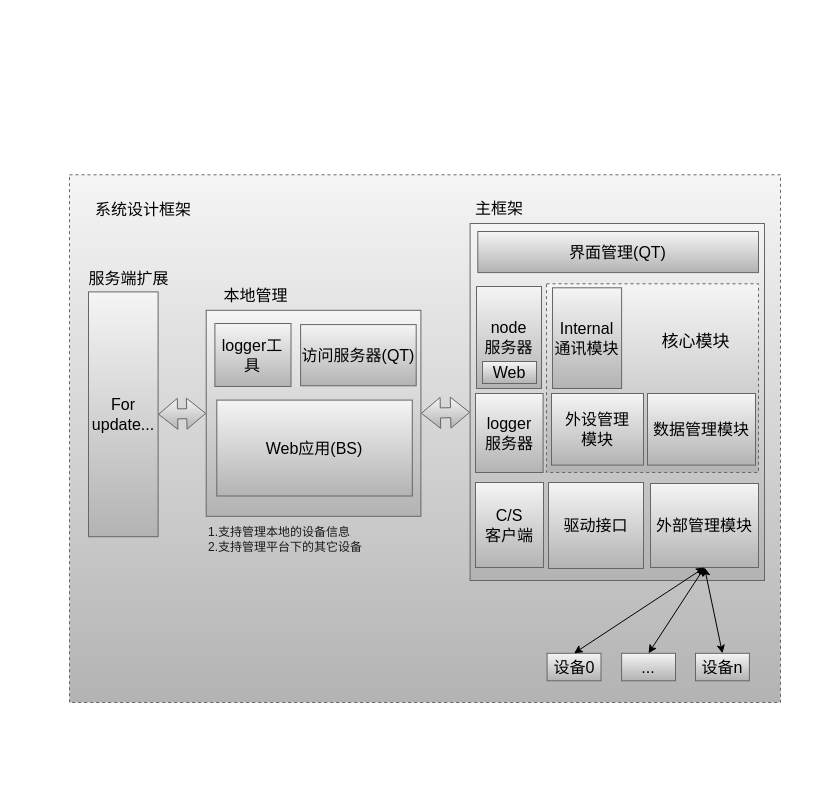
zc110747/remote_manage keeps this draw.io diagram as page "主框架" (1 of 3) of document/Firmware.drawio. Above is the earlier version. Source tidied: cells renumbered, new cells numbered last; positions are measured from the earlier drawing's top-left corner, leaving out a move shared by most shapes. Both pictures are drawn from the tidied source at 100%, with x=0, y=0 at pixel (17, 167).
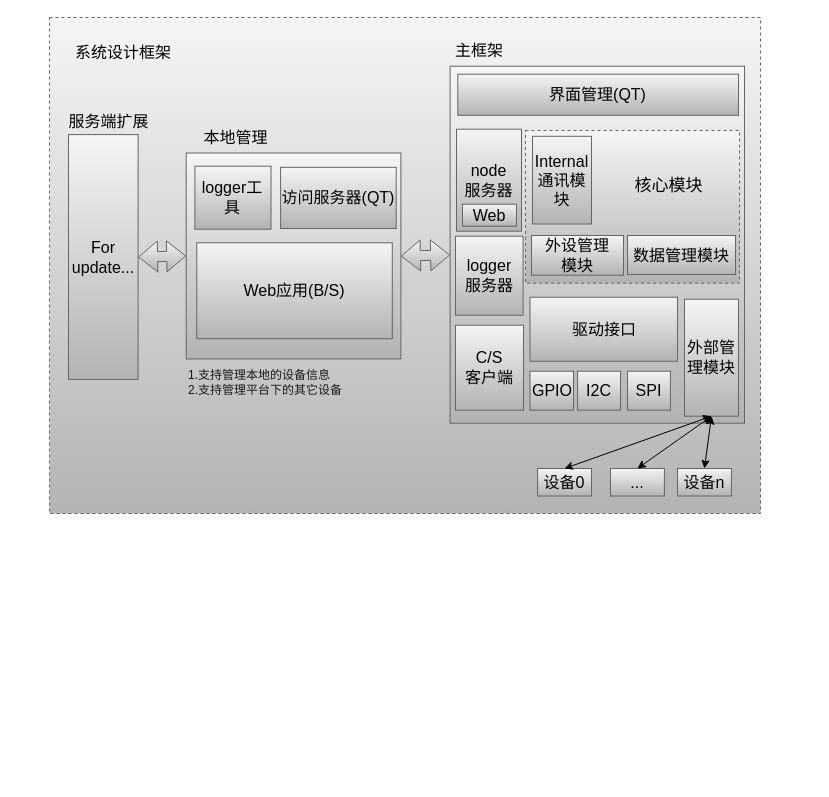
After the change.

The change refers to these unchanged cells:
```xml
<mxCell id="2" style="group;" parent="1" vertex="1">
  <mxGeometry width="795" height="612" as="geometry" />
</mxCell>
```

Change to the diagram source:
```diff
@@
-    <mxCell id="3" style="rounded=0;whiteSpace=wrap;html=1;fontSize=16;dashed=1;align=left;fillColor=#f5f5f5;strokeColor=#666666;gradientColor=#b3b3b3;" parent="2" vertex="1">
-      <mxGeometry x="52" y="7.3" width="711" height="527.7" as="geometry" />
-    </mxCell>
-    <mxCell id="4" style="rounded=0;whiteSpace=wrap;html=1;fontSize=16;fillColor=#f5f5f5;gradientColor=#b3b3b3;strokeColor=#666666;fontColor=#000000;" parent="2" vertex="1">
-      <mxGeometry x="452.6" y="56" width="294.4" height="357" as="geometry" />
-    </mxCell>
-    <mxCell id="5" value="&lt;br&gt;&lt;br&gt;" style="rounded=0;whiteSpace=wrap;html=1;fontSize=16;fillColor=#f5f5f5;gradientColor=#b3b3b3;strokeColor=#666666;fontColor=#000000;" parent="2" vertex="1">
-      <mxGeometry x="188.7" y="142.8" width="214.7" height="206" as="geometry" />
-    </mxCell>
+    <mxCell id="35" style="rounded=0;whiteSpace=wrap;html=1;fontSize=16;dashed=1;align=left;fillColor=#f5f5f5;strokeColor=#666666;gradientColor=#b3b3b3;" parent="1" vertex="1">
+      <mxGeometry x="32" y="-150" width="711" height="496" as="geometry" />
+    </mxCell>
+    <mxCell id="36" style="rounded=0;whiteSpace=wrap;html=1;fontSize=16;fillColor=#f5f5f5;gradientColor=#b3b3b3;strokeColor=#666666;fontColor=#000000;" parent="1" vertex="1">
+      <mxGeometry x="432.6" y="-101.3" width="294.4" height="357" as="geometry" />
+    </mxCell>
+    <mxCell id="37" value="&lt;br&gt;&lt;br&gt;" style="rounded=0;whiteSpace=wrap;html=1;fontSize=16;fillColor=#f5f5f5;gradientColor=#b3b3b3;strokeColor=#666666;fontColor=#000000;" parent="1" vertex="1">
+      <mxGeometry x="168.7" y="-14.5" width="214.7" height="206" as="geometry" />
+    </mxCell>
-    <mxCell id="6" value="访问服务器(QT)" style="rounded=0;whiteSpace=wrap;html=1;fontSize=16;fillColor=#f5f5f5;gradientColor=#b3b3b3;strokeColor=#666666;fontColor=#000000;" parent="2" vertex="1">
-      <mxGeometry x="283.1" y="157.1" width="115.6" height="61.2" as="geometry" />
+    <mxCell id="6" value="访问服务器(QT)" style="rounded=0;whiteSpace=wrap;html=1;fontSize=16;fillColor=#f5f5f5;gradientColor=#b3b3b3;strokeColor=#666666;fontColor=#000000;" parent="1" vertex="1">
+      <mxGeometry x="263.1" y="-0.2" width="115.6" height="61.2" as="geometry" />
     </mxCell>
-    <mxCell id="7" value="Web应用(BS)" style="rounded=0;whiteSpace=wrap;html=1;fontSize=16;fillColor=#f5f5f5;gradientColor=#b3b3b3;strokeColor=#666666;fontColor=#000000;" parent="2" vertex="1">
-      <mxGeometry x="199.3" y="232.6" width="195.5" height="95.9" as="geometry" />
-    </mxCell>
+    <mxCell id="38" value="Web应用(B/S)" style="rounded=0;whiteSpace=wrap;html=1;fontSize=16;fillColor=#f5f5f5;gradientColor=#b3b3b3;strokeColor=#666666;fontColor=#000000;" parent="1" vertex="1">
+      <mxGeometry x="179.3" y="75.3" width="195.5" height="95.9" as="geometry" />
+    </mxCell>
-    <mxCell id="8" value="本地管理" style="text;html=1;fillColor=none;align=center;verticalAlign=middle;whiteSpace=wrap;rounded=0;fontSize=16;fontColor=#000000;" parent="2" vertex="1">
-      <mxGeometry x="194.5" y="112.2" width="86.7" height="30.6" as="geometry" />
+    <mxCell id="8" value="本地管理" style="text;html=1;fillColor=none;align=center;verticalAlign=middle;whiteSpace=wrap;rounded=0;fontSize=16;fontColor=#000000;" parent="1" vertex="1">
+      <mxGeometry x="174.5" y="-45.1" width="86.7" height="30.6" as="geometry" />
     </mxCell>
-    <mxCell id="9" style="shape=flexArrow;endArrow=classic;startArrow=classic;html=1;exitX=1;exitY=0.5;exitDx=0;exitDy=0;fillColor=#f5f5f5;gradientColor=#b3b3b3;strokeColor=#666666;fontColor=#000000;" parent="2" edge="1" source="5">
-      <mxGeometry relative="1" as="geometry">
-        <mxPoint x="452.6" y="244.8" as="targetPoint" />
-      </mxGeometry>
-    </mxCell>
+    <mxCell id="39" style="shape=flexArrow;endArrow=classic;startArrow=classic;html=1;exitX=1;exitY=0.5;exitDx=0;exitDy=0;fillColor=#f5f5f5;gradientColor=#b3b3b3;strokeColor=#666666;fontColor=#000000;" parent="1" edge="1" source="37">
+      <mxGeometry relative="1" as="geometry">
+        <mxPoint x="432.6" y="87.5" as="targetPoint" />
+      </mxGeometry>
+    </mxCell>
-    <mxCell id="10" value="界面管理(QT)" style="rounded=0;whiteSpace=wrap;html=1;fontSize=16;fillColor=#f5f5f5;gradientColor=#b3b3b3;strokeColor=#666666;fontColor=#000000;" parent="2" vertex="1">
-      <mxGeometry x="460.3" y="64" width="280.7" height="41.1" as="geometry" />
+    <mxCell id="10" value="界面管理(QT)" style="rounded=0;whiteSpace=wrap;html=1;fontSize=16;fillColor=#f5f5f5;gradientColor=#b3b3b3;strokeColor=#666666;fontColor=#000000;" parent="1" vertex="1">
+      <mxGeometry x="440.3" y="-93.3" width="280.7" height="41.1" as="geometry" />
     </mxCell>
-    <mxCell id="11" value="驱动接口" style="rounded=0;whiteSpace=wrap;html=1;fontSize=16;fillColor=#f5f5f5;gradientColor=#b3b3b3;strokeColor=#666666;fontColor=#000000;" parent="2" vertex="1">
-      <mxGeometry x="531" y="315" width="95" height="86" as="geometry" />
+    <mxCell id="11" value="驱动接口" style="rounded=0;whiteSpace=wrap;html=1;fontSize=16;fillColor=#f5f5f5;gradientColor=#b3b3b3;strokeColor=#666666;fontColor=#000000;" parent="1" vertex="1">
+      <mxGeometry x="512.5" y="129.7" width="147.5" height="64" as="geometry" />
     </mxCell>
-    <mxCell id="12" value="外部管理模块" style="rounded=0;whiteSpace=wrap;html=1;fontSize=16;fillColor=#f5f5f5;gradientColor=#b3b3b3;strokeColor=#666666;fontColor=#000000;" parent="2" vertex="1">
-      <mxGeometry x="633" y="316" width="108" height="84" as="geometry" />
+    <mxCell id="12" value="外部管理模块" style="rounded=0;whiteSpace=wrap;html=1;fontSize=16;fillColor=#f5f5f5;gradientColor=#b3b3b3;strokeColor=#666666;fontColor=#000000;" parent="1" vertex="1">
+      <mxGeometry x="667" y="131.7" width="54" height="117" as="geometry" />
     </mxCell>
-    <mxCell id="13" value="主框架" style="text;html=1;fillColor=none;align=center;verticalAlign=middle;whiteSpace=wrap;rounded=0;fontSize=16;fontColor=#000000;" parent="2" vertex="1">
-      <mxGeometry x="452.6" y="25.4" width="57.8" height="30.6" as="geometry" />
+    <mxCell id="13" value="主框架" style="text;html=1;fillColor=none;align=center;verticalAlign=middle;whiteSpace=wrap;rounded=0;fontSize=16;fontColor=#000000;" parent="1" vertex="1">
+      <mxGeometry x="432.6" y="-131.9" width="57.8" height="30.6" as="geometry" />
     </mxCell>
-    <mxCell id="14" value="设备0" style="rounded=0;whiteSpace=wrap;html=1;fontSize=16;fillColor=#f5f5f5;gradientColor=#b3b3b3;strokeColor=#666666;fontColor=#000000;" parent="2" vertex="1">
-      <mxGeometry x="529.6" y="485.8" width="53.9" height="27.5" as="geometry" />
+    <mxCell id="14" value="设备0" style="rounded=0;whiteSpace=wrap;html=1;fontSize=16;fillColor=#f5f5f5;gradientColor=#b3b3b3;strokeColor=#666666;fontColor=#000000;" parent="1" vertex="1">
+      <mxGeometry x="520.1" y="301" width="53.9" height="27.5" as="geometry" />
     </mxCell>
-    <mxCell id="15" value="For update..." style="rounded=0;whiteSpace=wrap;html=1;fontSize=16;fillColor=#f5f5f5;gradientColor=#b3b3b3;strokeColor=#666666;fontColor=#000000;" parent="2" vertex="1">
-      <mxGeometry x="71" y="124.4" width="69.6" height="244.8" as="geometry" />
+    <mxCell id="15" value="For update..." style="rounded=0;whiteSpace=wrap;html=1;fontSize=16;fillColor=#f5f5f5;gradientColor=#b3b3b3;strokeColor=#666666;fontColor=#000000;" parent="1" vertex="1">
+      <mxGeometry x="51" y="-32.9" width="69.6" height="244.8" as="geometry" />
     </mxCell>
-    <mxCell id="16" value="服务端扩展" style="text;html=1;fillColor=none;align=center;verticalAlign=middle;whiteSpace=wrap;rounded=0;fontSize=16;fontColor=#000000;" parent="2" vertex="1">
-      <mxGeometry x="68.4" y="95.9" width="86.7" height="30.6" as="geometry" />
+    <mxCell id="16" value="服务端扩展" style="text;html=1;fillColor=none;align=center;verticalAlign=middle;whiteSpace=wrap;rounded=0;fontSize=16;fontColor=#000000;" parent="1" vertex="1">
+      <mxGeometry x="48.4" y="-61.4" width="86.7" height="30.6" as="geometry" />
     </mxCell>
-    <mxCell id="17" style="shape=flexArrow;endArrow=classic;startArrow=classic;html=1;fontSize=16;exitX=1;exitY=0.5;exitDx=0;exitDy=0;entryX=0;entryY=0.5;entryDx=0;entryDy=0;fillColor=#f5f5f5;gradientColor=#b3b3b3;strokeColor=#666666;fontColor=#000000;" parent="2" edge="1" source="15" target="5">
-      <mxGeometry relative="1" as="geometry" />
-    </mxCell>
+    <mxCell id="40" style="shape=flexArrow;endArrow=classic;startArrow=classic;html=1;fontSize=16;exitX=1;exitY=0.5;exitDx=0;exitDy=0;entryX=0;entryY=0.5;entryDx=0;entryDy=0;fillColor=#f5f5f5;gradientColor=#b3b3b3;strokeColor=#666666;fontColor=#000000;" parent="1" edge="1" source="15" target="37">
+      <mxGeometry relative="1" as="geometry" />
+    </mxCell>
-    <mxCell id="18" value="系统设计框架" style="text;html=1;fillColor=none;align=center;verticalAlign=middle;whiteSpace=wrap;rounded=0;dashed=1;fontSize=16;fontColor=#000000;" parent="2" vertex="1">
-      <mxGeometry x="68.4" y="27.1" width="115.6" height="30.6" as="geometry" />
+    <mxCell id="18" value="系统设计框架" style="text;html=1;fillColor=none;align=center;verticalAlign=middle;whiteSpace=wrap;rounded=0;dashed=1;fontSize=16;fontColor=#000000;" parent="1" vertex="1">
+      <mxGeometry x="48.4" y="-130.2" width="115.6" height="30.6" as="geometry" />
     </mxCell>
-    <mxCell id="19" value="logger工具" style="rounded=0;whiteSpace=wrap;html=1;fontSize=16;fillColor=#f5f5f5;gradientColor=#b3b3b3;strokeColor=#666666;fontColor=#000000;" parent="2" vertex="1">
-      <mxGeometry x="197.4" y="156" width="76.1" height="63" as="geometry" />
+    <mxCell id="19" value="logger工具" style="rounded=0;whiteSpace=wrap;html=1;fontSize=16;fillColor=#f5f5f5;gradientColor=#b3b3b3;strokeColor=#666666;fontColor=#000000;" parent="1" vertex="1">
+      <mxGeometry x="177.4" y="-1.3" width="76.1" height="63" as="geometry" />
     </mxCell>
-    <mxCell id="20" value="1.支持管理本地的设备信息&lt;br&gt;2.支持管理平台下的其它设备" style="text;html=1;align=left;verticalAlign=middle;whiteSpace=wrap;rounded=0;fontColor=#1A1A1A;" parent="2" vertex="1">
-      <mxGeometry x="188.7" y="357" width="219.6" height="30.6" as="geometry" />
+    <mxCell id="20" value="1.支持管理本地的设备信息&lt;br&gt;2.支持管理平台下的其它设备" style="text;html=1;align=left;verticalAlign=middle;whiteSpace=wrap;rounded=0;fontColor=#1A1A1A;" parent="1" vertex="1">
+      <mxGeometry x="168.7" y="199.7" width="219.6" height="30.6" as="geometry" />
     </mxCell>
-    <mxCell id="21" value="..." style="rounded=0;whiteSpace=wrap;html=1;fontSize=16;fillColor=#f5f5f5;gradientColor=#b3b3b3;strokeColor=#666666;fontColor=#000000;" parent="2" vertex="1">
-      <mxGeometry x="604.1" y="485.8" width="53.9" height="27.5" as="geometry" />
+    <mxCell id="21" value="..." style="rounded=0;whiteSpace=wrap;html=1;fontSize=16;fillColor=#f5f5f5;gradientColor=#b3b3b3;strokeColor=#666666;fontColor=#000000;" parent="1" vertex="1">
+      <mxGeometry x="593" y="301" width="53.9" height="27.5" as="geometry" />
     </mxCell>
-    <mxCell id="22" value="设备n" style="rounded=0;whiteSpace=wrap;html=1;fontSize=16;fillColor=#f5f5f5;gradientColor=#b3b3b3;strokeColor=#666666;fontColor=#000000;" parent="2" vertex="1">
-      <mxGeometry x="678" y="485.8" width="53.9" height="27.5" as="geometry" />
+    <mxCell id="22" value="设备n" style="rounded=0;whiteSpace=wrap;html=1;fontSize=16;fillColor=#f5f5f5;gradientColor=#b3b3b3;strokeColor=#666666;fontColor=#000000;" parent="1" vertex="1">
+      <mxGeometry x="660" y="301" width="53.9" height="27.5" as="geometry" />
     </mxCell>
-    <mxCell id="23" style="endArrow=classic;startArrow=classic;html=1;fontColor=#000000;strokeColor=#000000;entryX=0.5;entryY=1;entryDx=0;entryDy=0;exitX=0.5;exitY=0;exitDx=0;exitDy=0;" parent="2" edge="1" source="14" target="12">
+    <mxCell id="23" style="endArrow=classic;startArrow=classic;html=1;fontColor=#000000;strokeColor=#000000;entryX=0.5;entryY=1;entryDx=0;entryDy=0;exitX=0.5;exitY=0;exitDx=0;exitDy=0;" parent="1" edge="1" source="14" target="12">
       <mxGeometry relative="1" as="geometry" />
     </mxCell>
-    <mxCell id="24" style="endArrow=classic;startArrow=classic;html=1;fontColor=#000000;strokeColor=#000000;entryX=0.5;entryY=1;entryDx=0;entryDy=0;exitX=0.5;exitY=0;exitDx=0;exitDy=0;" parent="2" edge="1" source="22" target="12">
+    <mxCell id="24" style="endArrow=classic;startArrow=classic;html=1;fontColor=#000000;strokeColor=#000000;entryX=0.5;entryY=1;entryDx=0;entryDy=0;exitX=0.5;exitY=0;exitDx=0;exitDy=0;" parent="1" edge="1" source="22" target="12">
       <mxGeometry relative="1" as="geometry" />
     </mxCell>
-    <mxCell id="25" style="endArrow=classic;startArrow=classic;html=1;fontColor=#000000;strokeColor=#000000;entryX=0.5;entryY=1;entryDx=0;entryDy=0;exitX=0.5;exitY=0;exitDx=0;exitDy=0;" parent="2" edge="1" source="21" target="12">
+    <mxCell id="25" style="endArrow=classic;startArrow=classic;html=1;fontColor=#000000;strokeColor=#000000;entryX=0.5;entryY=1;entryDx=0;entryDy=0;exitX=0.5;exitY=0;exitDx=0;exitDy=0;" parent="1" edge="1" source="21" target="12">
       <mxGeometry relative="1" as="geometry" />
     </mxCell>
-    <mxCell id="26" value="node&lt;br&gt;服务器" style="rounded=0;whiteSpace=wrap;html=1;fontSize=16;fillColor=#f5f5f5;gradientColor=#b3b3b3;strokeColor=#666666;fontColor=#000000;" parent="2" vertex="1">
-      <mxGeometry x="459" y="119" width="65" height="102" as="geometry" />
+    <mxCell id="26" value="node&lt;br&gt;服务器" style="rounded=0;whiteSpace=wrap;html=1;fontSize=16;fillColor=#f5f5f5;gradientColor=#b3b3b3;strokeColor=#666666;fontColor=#000000;" parent="1" vertex="1">
+      <mxGeometry x="439" y="-38.3" width="65" height="102" as="geometry" />
     </mxCell>
-    <mxCell id="27" value="C/S&lt;br&gt;客户端" style="rounded=0;whiteSpace=wrap;html=1;fontSize=16;fillColor=#f5f5f5;gradientColor=#b3b3b3;strokeColor=#666666;fontColor=#000000;" parent="2" vertex="1">
-      <mxGeometry x="458" y="315" width="68" height="85" as="geometry" />
+    <mxCell id="27" value="C/S&lt;br&gt;客户端" style="rounded=0;whiteSpace=wrap;html=1;fontSize=16;fillColor=#f5f5f5;gradientColor=#b3b3b3;strokeColor=#666666;fontColor=#000000;" parent="1" vertex="1">
+      <mxGeometry x="438" y="157.7" width="68" height="85" as="geometry" />
     </mxCell>
-    <mxCell id="28" style="rounded=0;whiteSpace=wrap;html=1;fontSize=16;fillColor=#f5f5f5;gradientColor=#b3b3b3;strokeColor=#666666;fontColor=#000000;dashed=1;" parent="2" vertex="1">
-      <mxGeometry x="529" y="116.3" width="212" height="188.7" as="geometry" />
-    </mxCell>
+    <mxCell id="41" style="rounded=0;whiteSpace=wrap;html=1;fontSize=16;fillColor=#f5f5f5;gradientColor=#b3b3b3;strokeColor=#666666;fontColor=#000000;dashed=1;" parent="1" vertex="1">
+      <mxGeometry x="508" y="-37" width="214" height="152.7" as="geometry" />
+    </mxCell>
-    <mxCell id="29" value="Internal通讯模块" style="rounded=0;whiteSpace=wrap;html=1;fontSize=16;fillColor=#f5f5f5;gradientColor=#b3b3b3;strokeColor=#666666;fontColor=#000000;" parent="2" vertex="1">
-      <mxGeometry x="535" y="120.3" width="69.1" height="100.7" as="geometry" />
+    <mxCell id="29" value="Internal通讯模块" style="rounded=0;whiteSpace=wrap;html=1;fontSize=16;fillColor=#f5f5f5;gradientColor=#b3b3b3;strokeColor=#666666;fontColor=#000000;" parent="1" vertex="1">
+      <mxGeometry x="515" y="-31.2" width="59" height="87.7" as="geometry" />
     </mxCell>
-    <mxCell id="30" value="Web" style="rounded=0;whiteSpace=wrap;html=1;fontSize=16;fillColor=#f5f5f5;gradientColor=#b3b3b3;strokeColor=#666666;fontColor=#000000;" parent="2" vertex="1">
-      <mxGeometry x="465" y="194" width="54" height="22" as="geometry" />
+    <mxCell id="30" value="Web" style="rounded=0;whiteSpace=wrap;html=1;fontSize=16;fillColor=#f5f5f5;gradientColor=#b3b3b3;strokeColor=#666666;fontColor=#000000;" parent="1" vertex="1">
+      <mxGeometry x="445" y="36.7" width="54" height="22" as="geometry" />
     </mxCell>
-    <mxCell id="31" value="外设管理&lt;br&gt;模块" style="rounded=0;whiteSpace=wrap;html=1;fontSize=16;fillColor=#f5f5f5;gradientColor=#b3b3b3;strokeColor=#666666;fontColor=#000000;" parent="2" vertex="1">
-      <mxGeometry x="534" y="226" width="92" height="71.6" as="geometry" />
+    <mxCell id="31" value="外设管理&lt;br&gt;模块" style="rounded=0;whiteSpace=wrap;html=1;fontSize=16;fillColor=#f5f5f5;gradientColor=#b3b3b3;strokeColor=#666666;fontColor=#000000;" parent="1" vertex="1">
+      <mxGeometry x="514" y="68" width="92" height="39.7" as="geometry" />
     </mxCell>
-    <mxCell id="32" value="核心模块" style="text;html=1;strokeColor=none;fillColor=none;align=center;verticalAlign=middle;whiteSpace=wrap;rounded=0;dashed=1;fontSize=17;" parent="2" vertex="1">
-      <mxGeometry x="633" y="163" width="91" height="24" as="geometry" />
+    <mxCell id="32" value="核心模块" style="text;html=1;strokeColor=none;fillColor=none;align=center;verticalAlign=middle;whiteSpace=wrap;rounded=0;dashed=1;fontSize=17;" parent="1" vertex="1">
+      <mxGeometry x="606" y="7" width="91" height="24" as="geometry" />
     </mxCell>
-    <mxCell id="33" value="logger&lt;br&gt;服务器" style="rounded=0;whiteSpace=wrap;html=1;fontSize=16;fillColor=#f5f5f5;gradientColor=#b3b3b3;strokeColor=#666666;fontColor=#000000;" parent="2" vertex="1">
-      <mxGeometry x="458" y="226" width="67.6" height="79" as="geometry" />
+    <mxCell id="33" value="logger&lt;br&gt;服务器" style="rounded=0;whiteSpace=wrap;html=1;fontSize=16;fillColor=#f5f5f5;gradientColor=#b3b3b3;strokeColor=#666666;fontColor=#000000;" parent="1" vertex="1">
+      <mxGeometry x="438" y="68.7" width="67.6" height="79" as="geometry" />
     </mxCell>
-    <mxCell id="34" value="数据管理模块" style="rounded=0;whiteSpace=wrap;html=1;fontSize=16;fillColor=#f5f5f5;gradientColor=#b3b3b3;strokeColor=#666666;fontColor=#000000;" parent="2" vertex="1">
-      <mxGeometry x="630" y="226" width="108" height="71.6" as="geometry" />
+    <mxCell id="34" value="数据管理模块" style="rounded=0;whiteSpace=wrap;html=1;fontSize=16;fillColor=#f5f5f5;gradientColor=#b3b3b3;strokeColor=#666666;fontColor=#000000;" parent="1" vertex="1">
+      <mxGeometry x="610" y="68" width="108" height="39" as="geometry" />
     </mxCell>
+    <mxCell id="42" value="GPIO" style="rounded=0;whiteSpace=wrap;html=1;fontSize=16;fillColor=#f5f5f5;gradientColor=#b3b3b3;strokeColor=#666666;fontColor=#000000;" parent="1" vertex="1">
+      <mxGeometry x="512.5" y="203.7" width="43.5" height="39" as="geometry" />
+    </mxCell>
+    <mxCell id="43" value="I2C" style="rounded=0;whiteSpace=wrap;html=1;fontSize=16;fillColor=#f5f5f5;gradientColor=#b3b3b3;strokeColor=#666666;fontColor=#000000;" parent="1" vertex="1">
+      <mxGeometry x="560.1" y="203.7" width="42.9" height="39" as="geometry" />
+    </mxCell>
+    <mxCell id="44" value="SPI" style="rounded=0;whiteSpace=wrap;html=1;fontSize=16;fillColor=#f5f5f5;gradientColor=#b3b3b3;strokeColor=#666666;fontColor=#000000;" parent="1" vertex="1">
+      <mxGeometry x="610" y="203.7" width="42.9" height="39" as="geometry" />
+    </mxCell>
```
